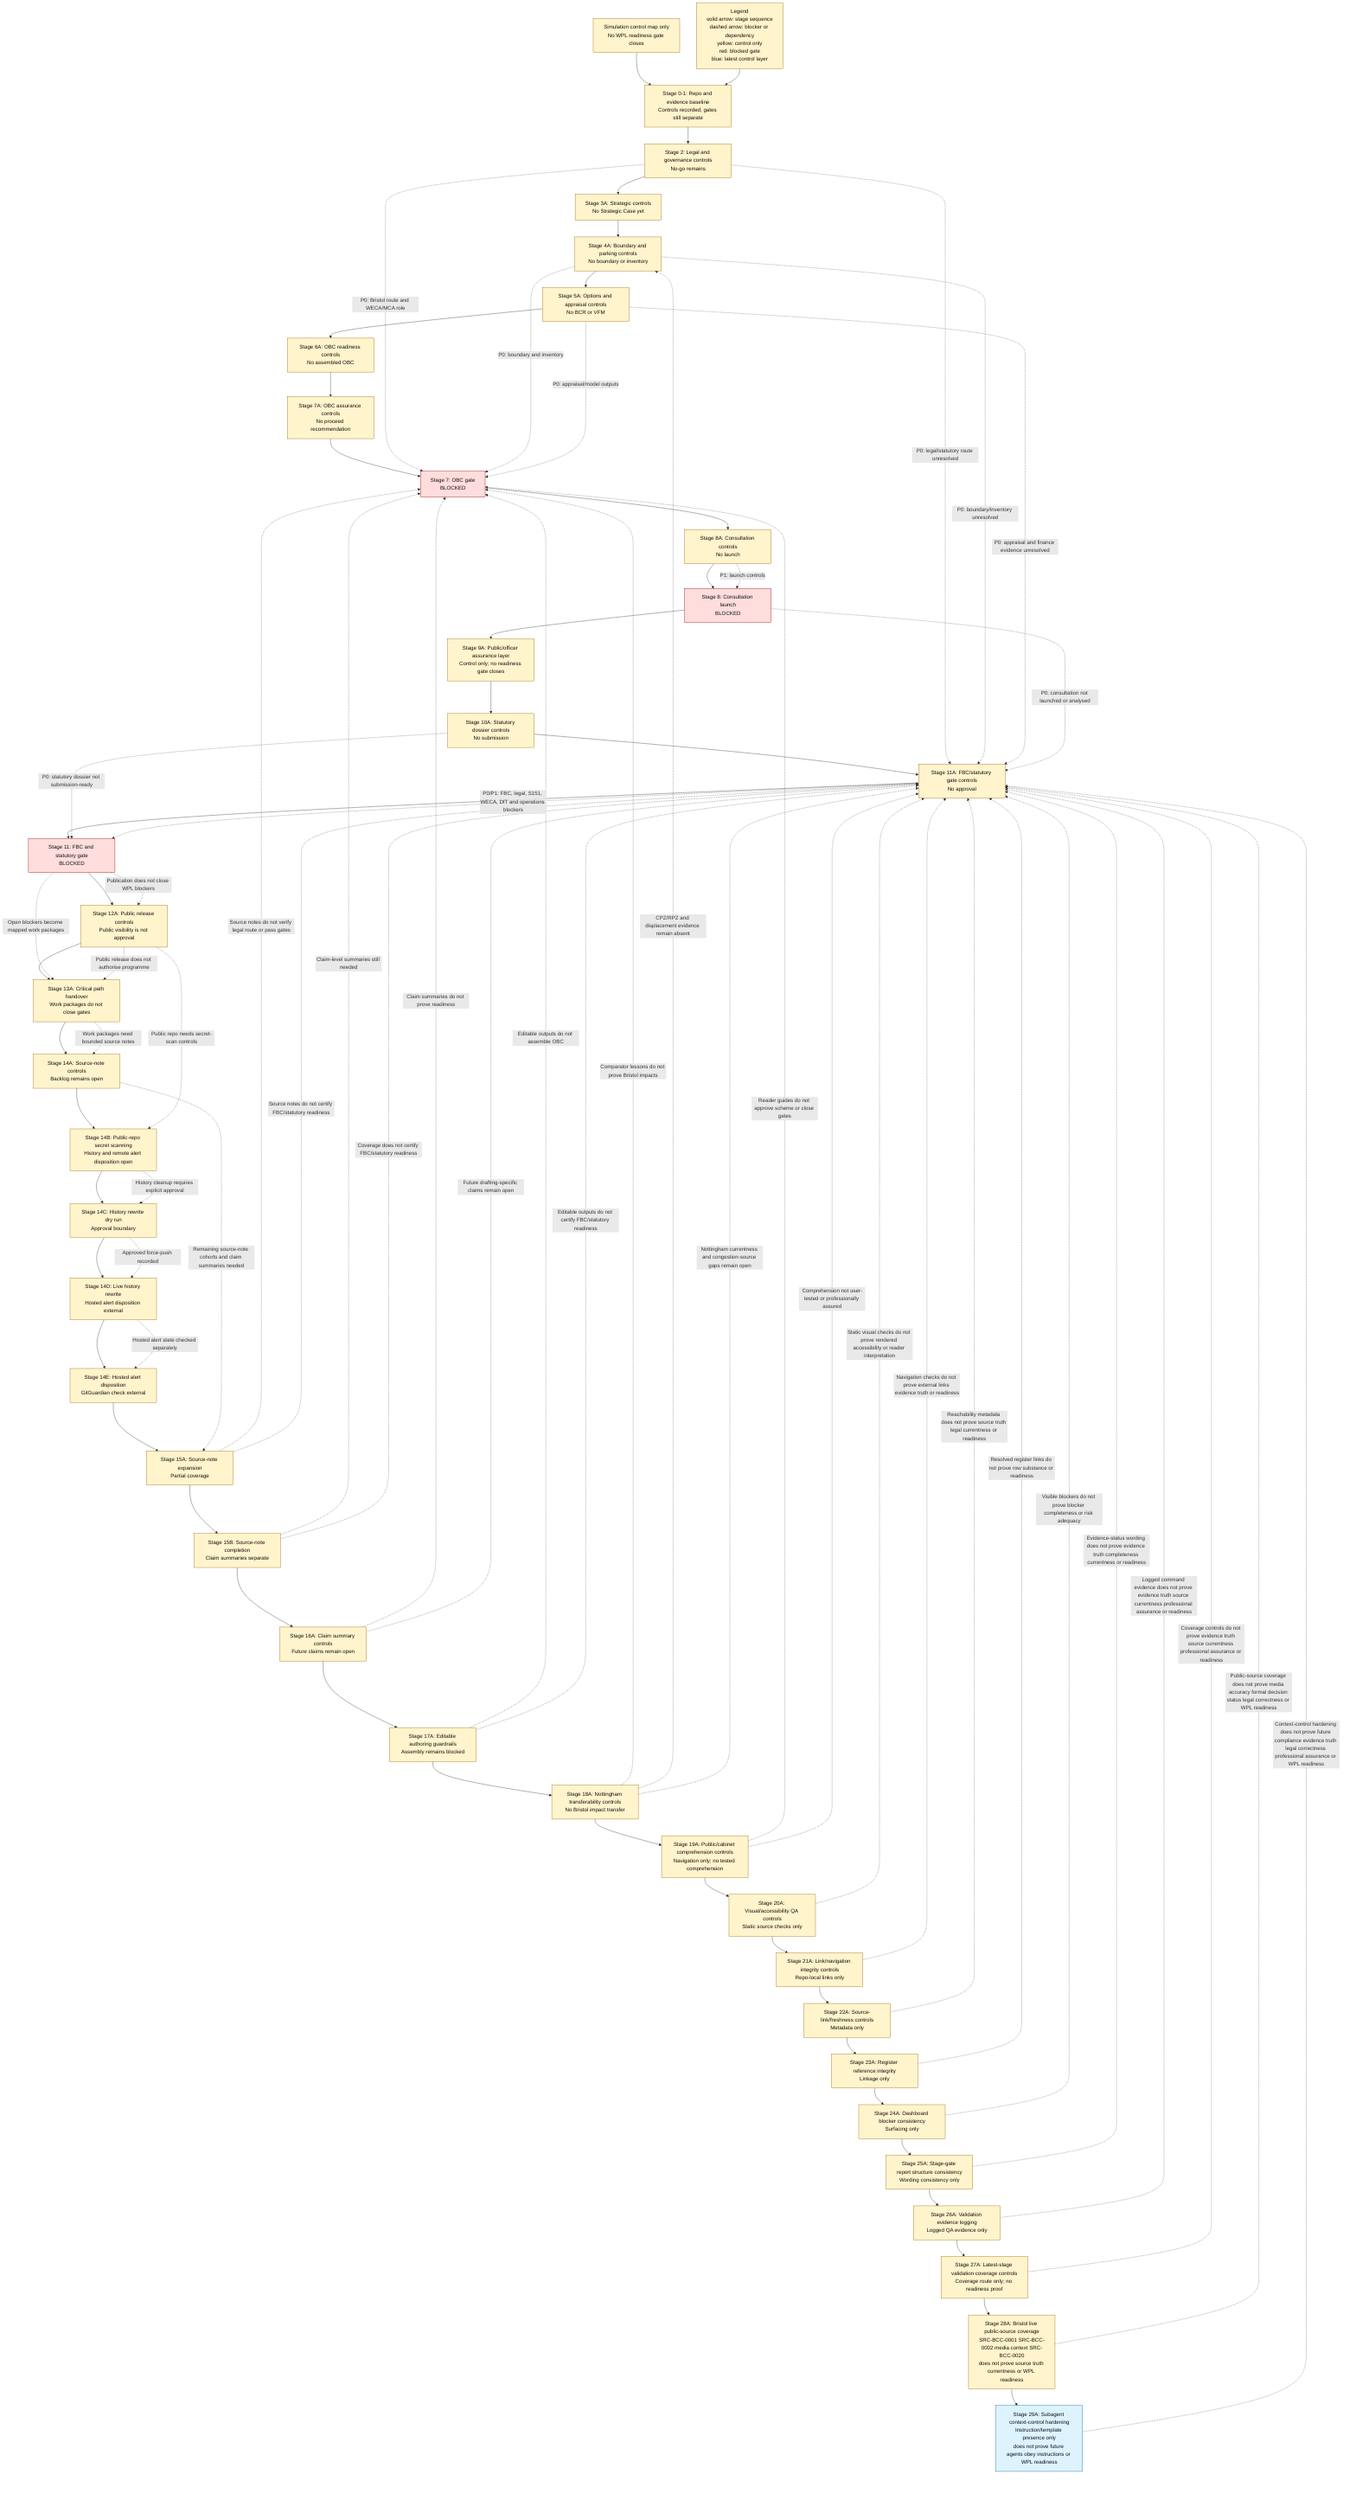
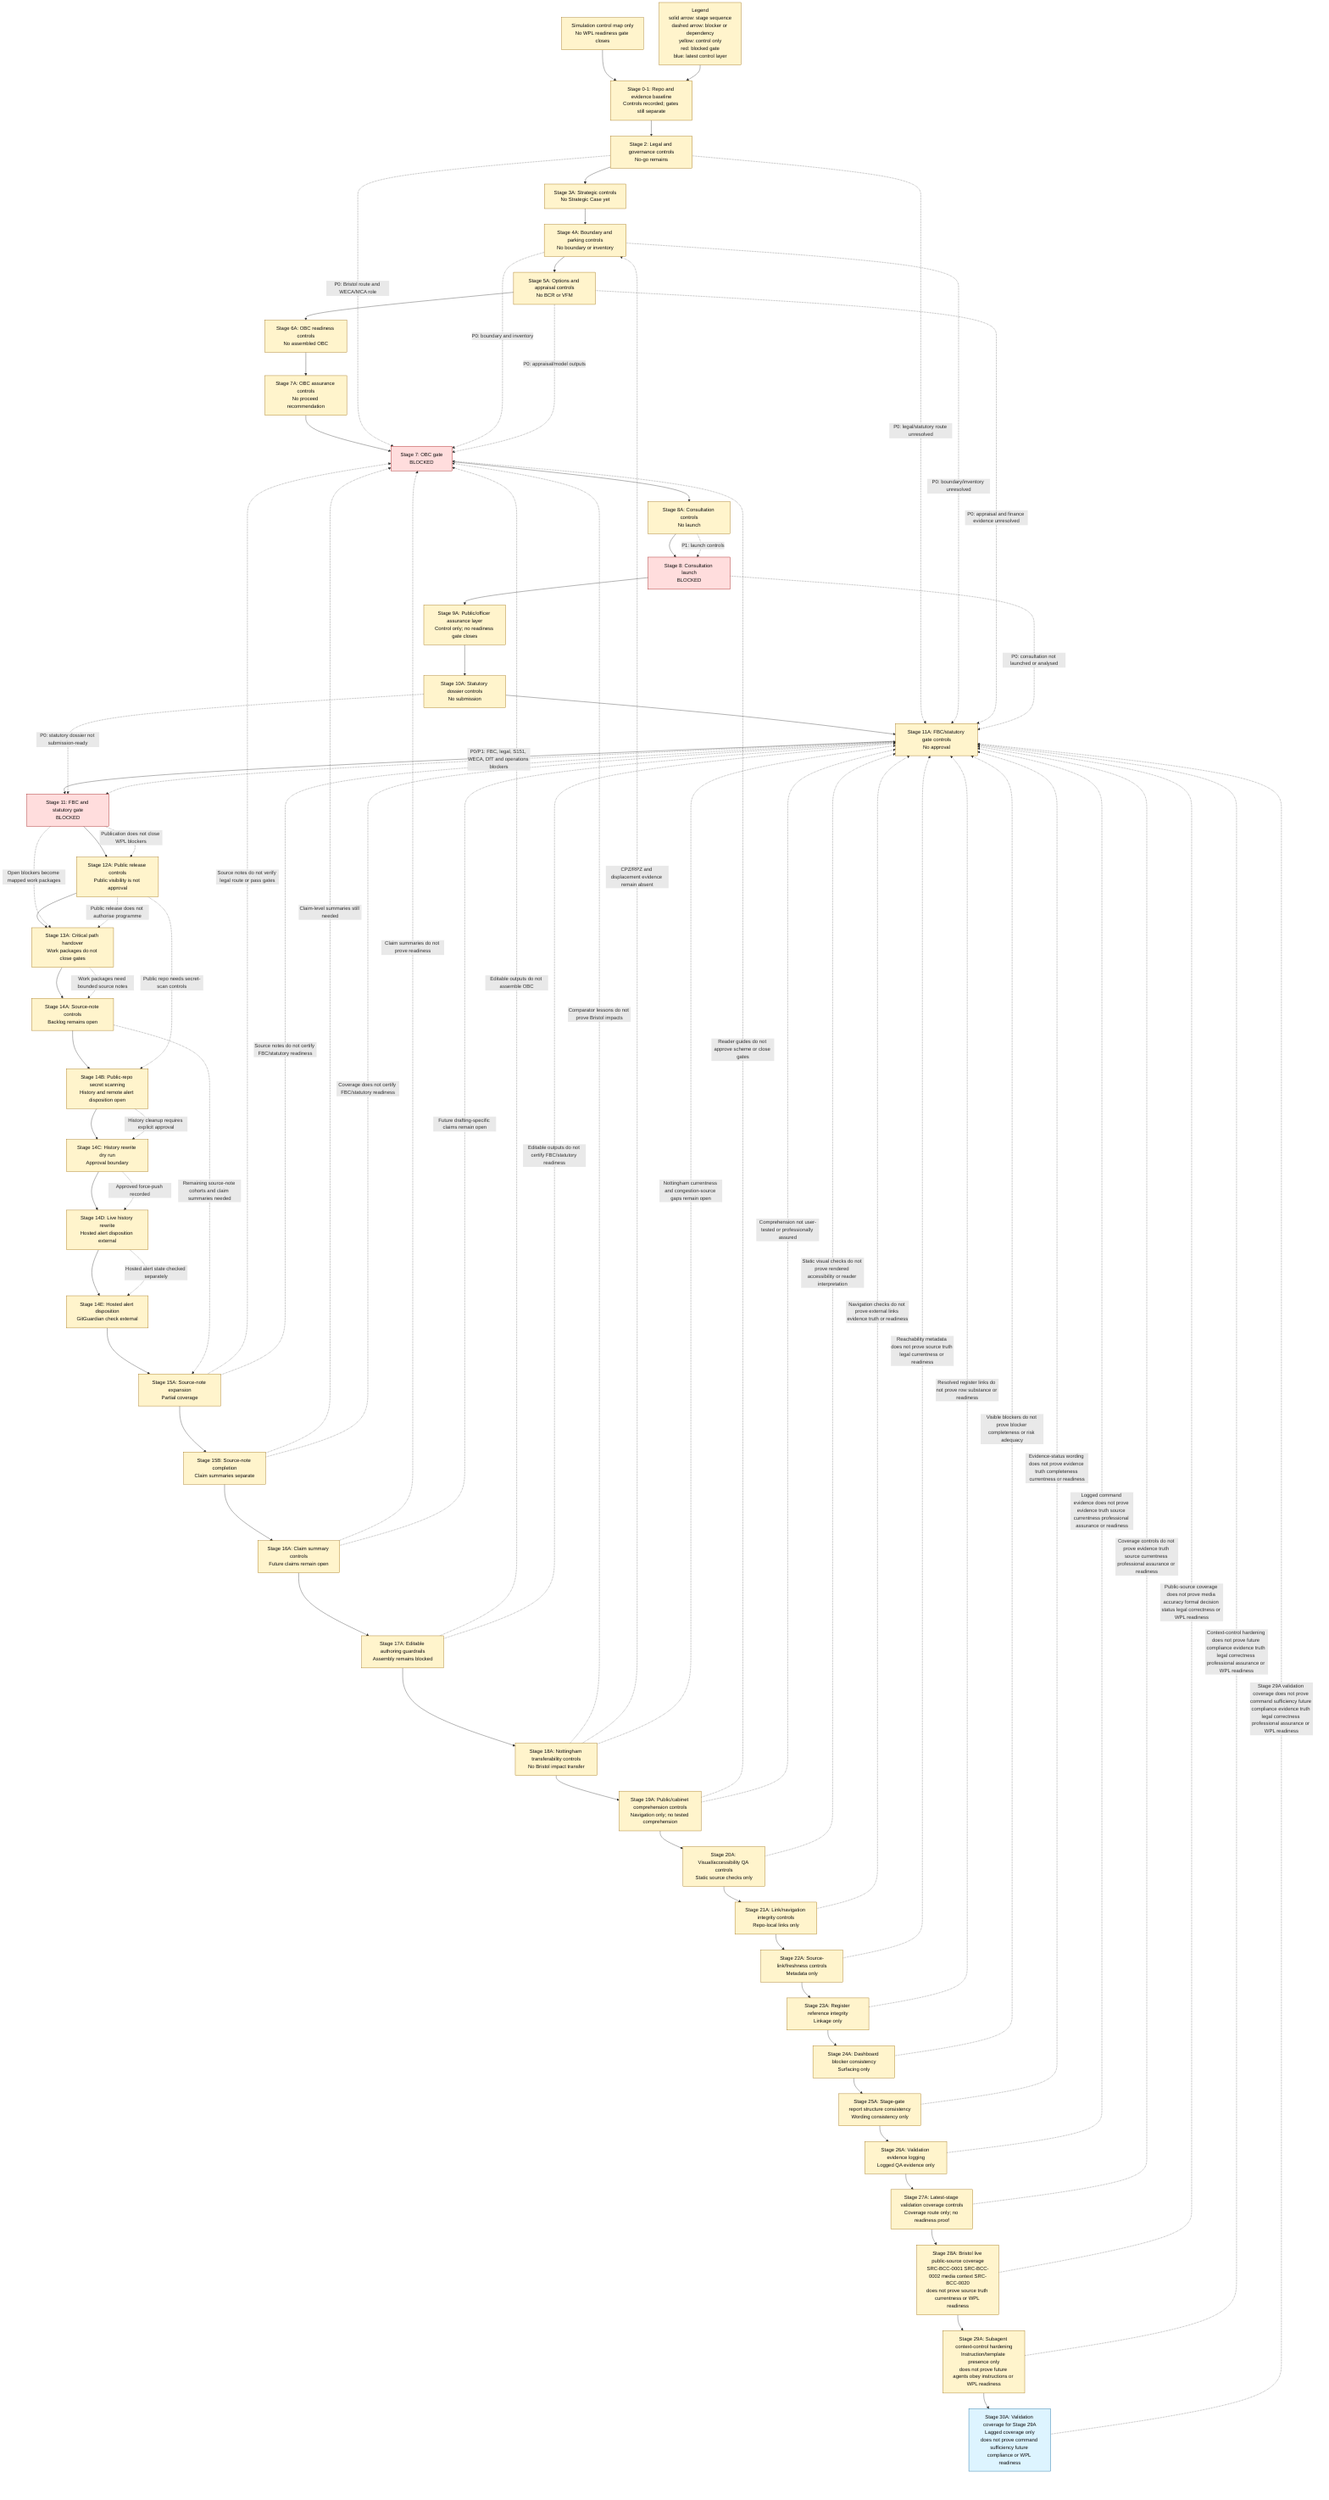
flowchart TD
    Caption["Simulation control map only<br/>No WPL readiness gate closes"]
    Legend["Legend<br/>solid arrow: stage sequence<br/>dashed arrow: blocker or dependency<br/>yellow: control only<br/>red: blocked gate<br/>blue: latest control layer"]
    Caption --> A
    Legend --> A
    A["Stage 0-1: Repo and evidence baseline<br/>Controls recorded; gates still separate"] --> B["Stage 2: Legal and governance controls<br/>No-go remains"]
    B --> C["Stage 3A: Strategic controls<br/>No Strategic Case yet"]
    C --> D["Stage 4A: Boundary and parking controls<br/>No boundary or inventory"]
    D --> E["Stage 5A: Options and appraisal controls<br/>No BCR or VFM"]
    E --> F["Stage 6A: OBC readiness controls<br/>No assembled OBC"]
    F --> F2["Stage 7A: OBC assurance controls<br/>No proceed recommendation"]
    F2 --> G["Stage 7: OBC gate<br/>BLOCKED"]
    G --> H["Stage 8A: Consultation controls<br/>No launch"]
    H --> I["Stage 8: Consultation launch<br/>BLOCKED"]
    I --> J["Stage 9A: Public/officer assurance layer<br/>Control only; no readiness gate closes"]
    J --> J2["Stage 10A: Statutory dossier controls<br/>No submission"]
    J2 --> K2["Stage 11A: FBC/statutory gate controls<br/>No approval"]
    K2 --> K["Stage 11: FBC and statutory gate<br/>BLOCKED"]
    K --> L["Stage 12A: Public release controls<br/>Public visibility is not approval"]
    L --> M["Stage 13A: Critical path handover<br/>Work packages do not close gates"]
    M --> N["Stage 14A: Source-note controls<br/>Backlog remains open"]
    N --> O["Stage 14B: Public-repo secret scanning<br/>History and remote alert disposition open"]
    O --> P["Stage 14C: History rewrite dry run<br/>Approval boundary"]
    P --> Q["Stage 14D: Live history rewrite<br/>Hosted alert disposition external"]
    Q --> R["Stage 14E: Hosted alert disposition<br/>GitGuardian check external"]
    R --> S["Stage 15A: Source-note expansion<br/>Partial coverage"]
    S --> T["Stage 15B: Source-note completion<br/>Claim summaries separate"]
    T --> U["Stage 16A: Claim summary controls<br/>Future claims remain open"]
    U --> V["Stage 17A: Editable authoring guardrails<br/>Assembly remains blocked"]
    V --> W["Stage 18A: Nottingham transferability controls<br/>No Bristol impact transfer"]
    W --> X["Stage 19A: Public/cabinet comprehension controls<br/>Navigation only; no tested comprehension"]
    X --> Y["Stage 20A: Visual/accessibility QA controls<br/>Static source checks only"]
    Y --> Z["Stage 21A: Link/navigation integrity controls<br/>Repo-local links only"]
    Z --> AA["Stage 22A: Source-link/freshness controls<br/>Metadata only"]
    AA --> AB["Stage 23A: Register reference integrity<br/>Linkage only"]
    AB --> AC["Stage 24A: Dashboard blocker consistency<br/>Surfacing only"]
    AC --> AD["Stage 25A: Stage-gate report structure consistency<br/>Wording consistency only"]
    AD --> AE["Stage 26A: Validation evidence logging<br/>Logged QA evidence only"]
    AE --> AF["Stage 27A: Latest-stage validation coverage controls<br/>Coverage route only; no readiness proof"]
    AF --> AG["Stage 28A: Bristol live public-source coverage<br/>SRC-BCC-0001 SRC-BCC-0002 media context SRC-BCC-0020<br/>does not prove source truth currentness or WPL readiness"]
    AG --> AH["Stage 29A: Subagent context-control hardening<br/>Instruction/template presence only<br/>does not prove future agents obey instructions or WPL readiness"]
+     AH --> AI["Stage 30A: Validation coverage for Stage 29A<br/>Lagged coverage only<br/>does not prove command sufficiency future compliance or WPL readiness"]

    B -. "P0: Bristol route and WECA/MCA role" .-> G
    D -. "P0: boundary and inventory" .-> G
    E -. "P0: appraisal/model outputs" .-> G
    H -. "P1: launch controls" .-> I
    B -. "P0: legal/statutory route unresolved" .-> K2
    D -. "P0: boundary/inventory unresolved" .-> K2
    E -. "P0: appraisal and finance evidence unresolved" .-> K2
    I -. "P0: consultation not launched or analysed" .-> K2
    J2 -. "P0: statutory dossier not submission-ready" .-> K
    K2 -. "P0/P1: FBC, legal, S151, WECA, DfT and operations blockers" .-> K
    K -. "Publication does not close WPL blockers" .-> L
    K -. "Open blockers become mapped work packages" .-> M
    L -. "Public release does not authorise programme" .-> M
    M -. "Work packages need bounded source notes" .-> N
    L -. "Public repo needs secret-scan controls" .-> O
    O -. "History cleanup requires explicit approval" .-> P
    P -. "Approved force-push recorded" .-> Q
    Q -. "Hosted alert state checked separately" .-> R
    N -. "Remaining source-note cohorts and claim summaries needed" .-> S
    S -. "Source notes do not verify legal route or pass gates" .-> G
    S -. "Source notes do not certify FBC/statutory readiness" .-> K2
    T -. "Claim-level summaries still needed" .-> G
    T -. "Coverage does not certify FBC/statutory readiness" .-> K2
    U -. "Claim summaries do not prove readiness" .-> G
    U -. "Future drafting-specific claims remain open" .-> K2
    V -. "Editable outputs do not assemble OBC" .-> G
    V -. "Editable outputs do not certify FBC/statutory readiness" .-> K2
    W -. "Comparator lessons do not prove Bristol impacts" .-> G
    W -. "CPZ/RPZ and displacement evidence remain absent" .-> D
    W -. "Nottingham currentness and congestion-source gaps remain open" .-> K2
    X -. "Reader guides do not approve scheme or close gates" .-> G
    X -. "Comprehension not user-tested or professionally assured" .-> K2
    Y -. "Static visual checks do not prove rendered accessibility or reader interpretation" .-> K2
    Z -. "Navigation checks do not prove external links evidence truth or readiness" .-> K2
    AA -. "Reachability metadata does not prove source truth legal currentness or readiness" .-> K2
    AB -. "Resolved register links do not prove row substance or readiness" .-> K2
    AC -. "Visible blockers do not prove blocker completeness or risk adequacy" .-> K2
    AD -. "Evidence-status wording does not prove evidence truth completeness currentness or readiness" .-> K2
    AE -. "Logged command evidence does not prove evidence truth source currentness professional assurance or readiness" .-> K2
    AF -. "Coverage controls do not prove evidence truth source currentness professional assurance or readiness" .-> K2
    AG -. "Public-source coverage does not prove media accuracy formal decision status legal correctness or WPL readiness" .-> K2
    AH -. "Context-control hardening does not prove future compliance evidence truth legal correctness professional assurance or WPL readiness" .-> K2
+     AI -. "Stage 29A validation coverage does not prove command sufficiency future compliance evidence truth legal correctness professional assurance or WPL readiness" .-> K2

    classDef blocked fill:#ffdddd,stroke:#990000,color:#111111;
    classDef control fill:#fff4cc,stroke:#996600,color:#111111;
    classDef current fill:#ddf4ff,stroke:#005f99,color:#111111;

    class G,I,K blocked;
-     class A,B,C,D,E,F,F2,H,J,J2,K2,L,M,N,O,P,Q,R,S,T,U,V,W,X,Y,Z,AA,AB,AC,AD,AE,AF,AG,Caption,Legend control;
-     class AH current;
+     class A,B,C,D,E,F,F2,H,J,J2,K2,L,M,N,O,P,Q,R,S,T,U,V,W,X,Y,Z,AA,AB,AC,AD,AE,AF,AG,AH,Caption,Legend control;
+     class AI current;
